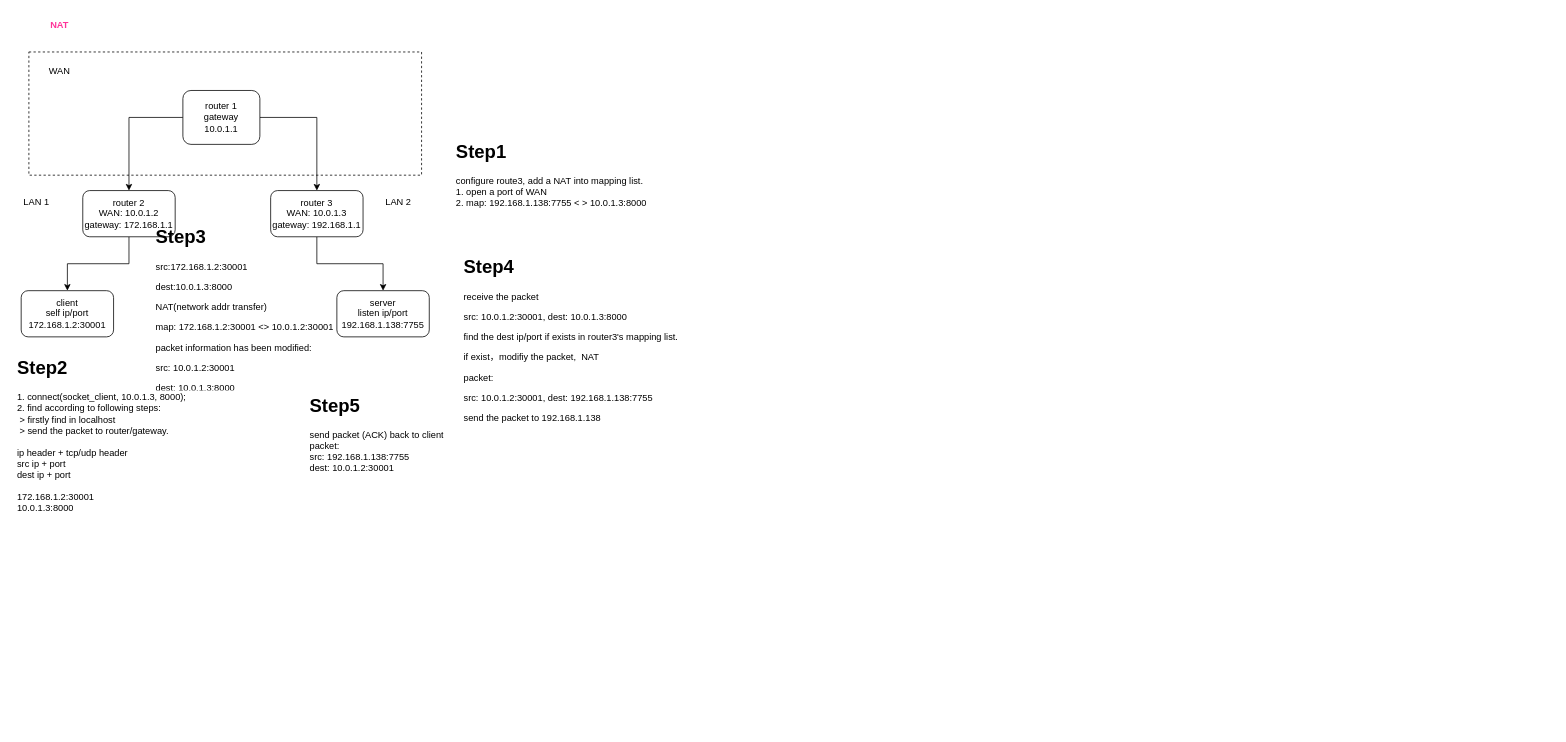
The draw.io diagram Untitled Diagram.drawio in lsclone/StrayBirds, before the edit. Source tidied: cells renumbered, new cells numbered last; positions are measured from the earlier drawing's top-left corner, leaving out a move shared by most shapes. Both pictures are drawn from the tidied source at 77%, with x=0, y=0 at pixel (13, 13).
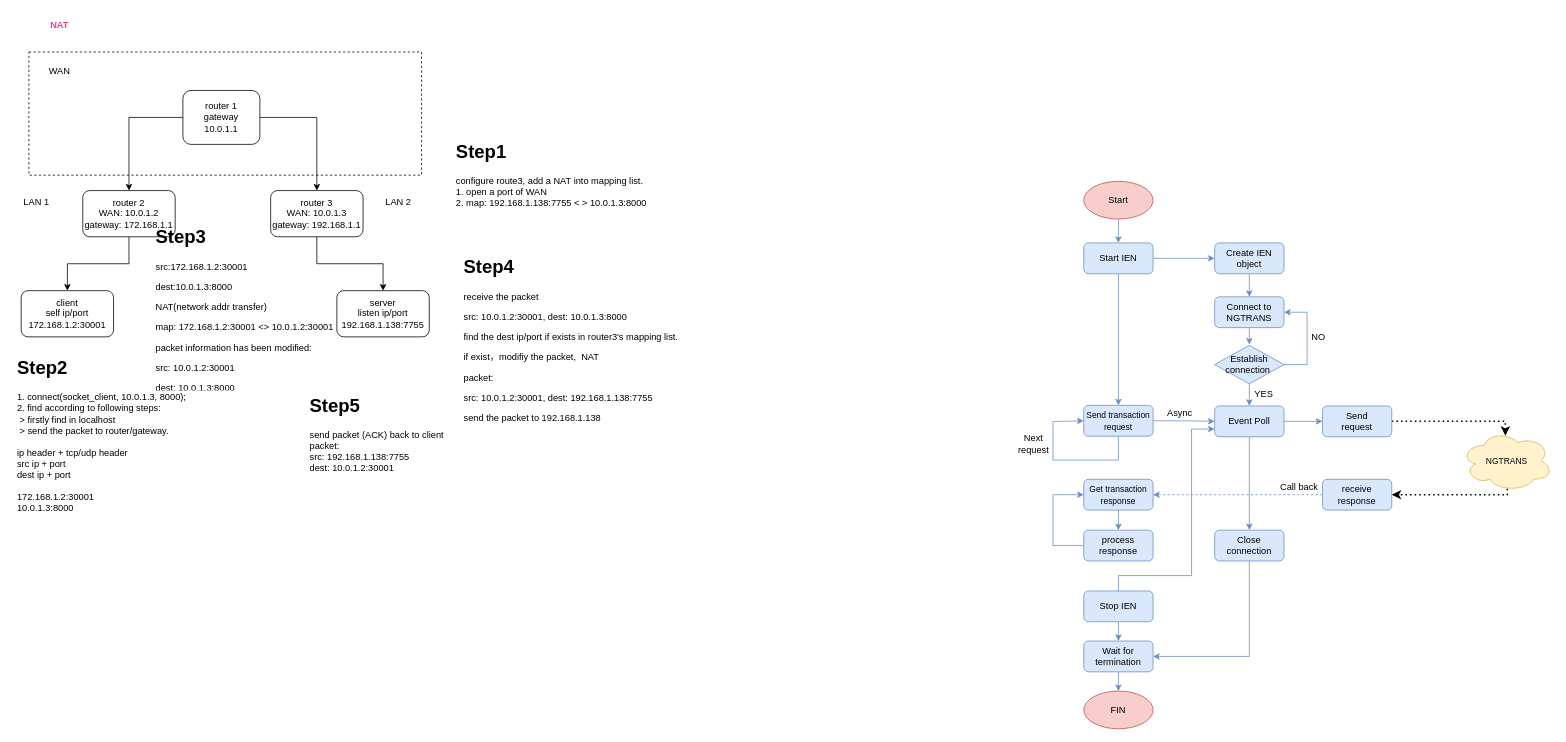
Above is the later version.

What changed in the source:
```diff
@@
+    <mxCell id="21" style="edgeStyle=orthogonalEdgeStyle;rounded=0;jettySize=auto;html=1;exitX=0.5;exitY=1;exitDx=0;exitDy=0;entryX=0.5;entryY=0;entryDx=0;entryDy=0;strokeWidth=1;fontSize=12;fillColor=#dae8fc;strokeColor=#6c8ebf;" parent="1" edge="1" source="22" target="25">
+      <mxGeometry relative="1" as="geometry" />
+    </mxCell>
+    <mxCell id="22" value="Start" style="ellipse;whiteSpace=wrap;html=1;fillColor=#f8cecc;strokeColor=#b85450;" parent="1" vertex="1">
+      <mxGeometry x="1390" y="218" width="90" height="49" as="geometry" />
+    </mxCell>
+    <mxCell id="23" style="edgeStyle=orthogonalEdgeStyle;rounded=0;jettySize=auto;html=1;exitX=0.5;exitY=1;exitDx=0;exitDy=0;entryX=0.5;entryY=0;entryDx=0;entryDy=0;fillColor=#dae8fc;strokeColor=#6c8ebf;" parent="1" edge="1" source="25" target="29">
+      <mxGeometry relative="1" as="geometry" />
+    </mxCell>
+    <mxCell id="24" style="edgeStyle=orthogonalEdgeStyle;rounded=0;jettySize=auto;html=1;exitX=1;exitY=0.5;exitDx=0;exitDy=0;entryX=0;entryY=0.5;entryDx=0;entryDy=0;fontSize=11;fillColor=#dae8fc;strokeColor=#6c8ebf;" parent="1" edge="1" source="25" target="37">
+      <mxGeometry relative="1" as="geometry" />
+    </mxCell>
+    <mxCell id="25" value="Start IEN" style="rounded=1;whiteSpace=wrap;html=1;fillColor=#dae8fc;strokeColor=#6c8ebf;" parent="1" vertex="1">
+      <mxGeometry x="1390" y="298" width="90" height="40" as="geometry" />
+    </mxCell>
+    <mxCell id="26" value="YES" style="text;html=1;strokeColor=none;fillColor=none;align=center;verticalAlign=middle;whiteSpace=wrap;rounded=0;" parent="1" vertex="1">
+      <mxGeometry x="1599" y="484" width="50" height="20" as="geometry" />
+    </mxCell>
+    <mxCell id="27" style="edgeStyle=orthogonalEdgeStyle;rounded=0;orthogonalLoop=1;jettySize=auto;html=1;exitX=0.5;exitY=1;exitDx=0;exitDy=0;fontSize=11;entryX=0;entryY=0.5;entryDx=0;entryDy=0;fillColor=#dae8fc;strokeColor=#6c8ebf;" parent="1" edge="1" source="29" target="29">
+      <mxGeometry relative="1" as="geometry">
+        <Array as="points">
+          <mxPoint x="1435" y="580" />
+          <mxPoint x="1350" y="580" />
+          <mxPoint x="1350" y="530" />
+        </Array>
+      </mxGeometry>
+    </mxCell>
+    <mxCell id="28" style="edgeStyle=orthogonalEdgeStyle;rounded=0;jettySize=auto;html=1;exitX=1;exitY=0.5;exitDx=0;exitDy=0;entryX=0;entryY=0.5;entryDx=0;entryDy=0;fontSize=12;fillColor=#dae8fc;strokeColor=#6c8ebf;" parent="1" edge="1" source="29" target="56">
+      <mxGeometry relative="1" as="geometry" />
+    </mxCell>
+    <mxCell id="29" value="&lt;font style=&quot;font-size: 11px;&quot;&gt;Send transaction request&lt;/font&gt;" style="rounded=1;whiteSpace=wrap;html=1;fillColor=#dae8fc;strokeColor=#6c8ebf;" parent="1" vertex="1">
+      <mxGeometry x="1390" y="509" width="90" height="40" as="geometry" />
+    </mxCell>
+    <mxCell id="30" style="edgeStyle=orthogonalEdgeStyle;rounded=0;jettySize=auto;html=1;exitX=0.5;exitY=1;exitDx=0;exitDy=0;fillColor=#dae8fc;strokeColor=#6c8ebf;" parent="1" edge="1" source="31">
+      <mxGeometry relative="1" as="geometry">
+        <mxPoint x="1605" y="430" as="targetPoint" />
+      </mxGeometry>
+    </mxCell>
+    <mxCell id="31" value="Connect to NGTRANS" style="rounded=1;whiteSpace=wrap;html=1;fillColor=#dae8fc;strokeColor=#6c8ebf;" parent="1" vertex="1">
+      <mxGeometry x="1560" y="368" width="90" height="40" as="geometry" />
+    </mxCell>
+    <mxCell id="32" style="edgeStyle=orthogonalEdgeStyle;rounded=0;jettySize=auto;html=1;exitX=1;exitY=0.5;exitDx=0;exitDy=0;entryX=1;entryY=0.5;entryDx=0;entryDy=0;fontSize=11;fillColor=#dae8fc;strokeColor=#6c8ebf;" parent="1" edge="1" source="34" target="31">
+      <mxGeometry relative="1" as="geometry">
+        <Array as="points">
+          <mxPoint x="1680" y="456" />
+          <mxPoint x="1680" y="388" />
+        </Array>
+      </mxGeometry>
+    </mxCell>
+    <mxCell id="33" style="edgeStyle=orthogonalEdgeStyle;rounded=0;jettySize=auto;html=1;exitX=0.5;exitY=1;exitDx=0;exitDy=0;entryX=0.5;entryY=0;entryDx=0;entryDy=0;fontSize=12;fillColor=#dae8fc;strokeColor=#6c8ebf;" parent="1" edge="1" source="34" target="56">
+      <mxGeometry relative="1" as="geometry" />
+    </mxCell>
+    <mxCell id="34" value="Establish connection&amp;nbsp;" style="rhombus;whiteSpace=wrap;html=1;fillColor=#dae8fc;strokeColor=#6c8ebf;" parent="1" vertex="1">
+      <mxGeometry x="1560" y="431" width="90" height="50" as="geometry" />
+    </mxCell>
+    <mxCell id="35" value="NO" style="text;html=1;strokeColor=none;fillColor=none;align=center;verticalAlign=middle;whiteSpace=wrap;rounded=0;" parent="1" vertex="1">
+      <mxGeometry x="1670" y="411" width="50" height="20" as="geometry" />
+    </mxCell>
+    <mxCell id="36" style="edgeStyle=orthogonalEdgeStyle;rounded=0;jettySize=auto;html=1;exitX=0.5;exitY=1;exitDx=0;exitDy=0;entryX=0.5;entryY=0;entryDx=0;entryDy=0;fontSize=11;fillColor=#dae8fc;strokeColor=#6c8ebf;" parent="1" edge="1" source="37" target="31">
+      <mxGeometry relative="1" as="geometry" />
+    </mxCell>
+    <mxCell id="37" value="Create IEN object" style="rounded=1;whiteSpace=wrap;html=1;fillColor=#dae8fc;strokeColor=#6c8ebf;" parent="1" vertex="1">
+      <mxGeometry x="1560" y="298" width="90" height="40" as="geometry" />
+    </mxCell>
+    <mxCell id="38" style="edgeStyle=orthogonalEdgeStyle;rounded=0;jettySize=auto;html=1;exitX=0.5;exitY=1;exitDx=0;exitDy=0;entryX=0.5;entryY=0;entryDx=0;entryDy=0;fontSize=12;fillColor=#dae8fc;strokeColor=#6c8ebf;" parent="1" edge="1" source="39" target="43">
+      <mxGeometry relative="1" as="geometry" />
+    </mxCell>
+    <mxCell id="39" value="&lt;font style=&quot;font-size: 11px;&quot;&gt;Get transaction response&lt;/font&gt;" style="rounded=1;whiteSpace=wrap;html=1;fillColor=#dae8fc;strokeColor=#6c8ebf;" parent="1" vertex="1">
+      <mxGeometry x="1390" y="605" width="90" height="40" as="geometry" />
+    </mxCell>
+    <mxCell id="40" value="Next request" style="text;html=1;strokeColor=none;fillColor=none;align=center;verticalAlign=middle;whiteSpace=wrap;rounded=0;" parent="1" vertex="1">
+      <mxGeometry x="1300" y="549" width="50" height="20" as="geometry" />
+    </mxCell>
+    <mxCell id="41" value="Async" style="text;html=1;strokeColor=none;fillColor=none;align=center;verticalAlign=middle;whiteSpace=wrap;rounded=0;" parent="1" vertex="1">
+      <mxGeometry x="1490" y="509" width="50" height="20" as="geometry" />
+    </mxCell>
+    <mxCell id="42" style="edgeStyle=orthogonalEdgeStyle;rounded=0;jettySize=auto;html=1;exitX=0;exitY=0.5;exitDx=0;exitDy=0;entryX=0;entryY=0.5;entryDx=0;entryDy=0;fontSize=12;fillColor=#dae8fc;strokeColor=#6c8ebf;" parent="1" edge="1" source="43" target="39">
+      <mxGeometry relative="1" as="geometry">
+        <Array as="points">
+          <mxPoint x="1350" y="691" />
+          <mxPoint x="1350" y="625" />
+        </Array>
+      </mxGeometry>
+    </mxCell>
+    <mxCell id="43" value="&lt;font style=&quot;font-size: 12px;&quot;&gt;process &lt;br&gt;response&lt;/font&gt;" style="rounded=1;whiteSpace=wrap;html=1;fillColor=#dae8fc;strokeColor=#6c8ebf;" parent="1" vertex="1">
+      <mxGeometry x="1390" y="671" width="90" height="40" as="geometry" />
+    </mxCell>
+    <mxCell id="44" value="Call back" style="text;html=1;strokeColor=none;fillColor=none;align=center;verticalAlign=middle;whiteSpace=wrap;rounded=0;" parent="1" vertex="1">
+      <mxGeometry x="1640" y="605" width="60" height="20" as="geometry" />
+    </mxCell>
+    <mxCell id="45" style="edgeStyle=orthogonalEdgeStyle;rounded=0;jettySize=auto;html=1;exitX=0.5;exitY=0;exitDx=0;exitDy=0;entryX=0;entryY=0.75;entryDx=0;entryDy=0;fontSize=12;fillColor=#dae8fc;strokeColor=#6c8ebf;" parent="1" edge="1" source="47" target="56">
+      <mxGeometry relative="1" as="geometry">
+        <Array as="points">
+          <mxPoint x="1435" y="730" />
+          <mxPoint x="1530" y="730" />
+          <mxPoint x="1530" y="540" />
+        </Array>
+      </mxGeometry>
+    </mxCell>
+    <mxCell id="46" style="edgeStyle=orthogonalEdgeStyle;rounded=0;jettySize=auto;html=1;exitX=0.5;exitY=1;exitDx=0;exitDy=0;entryX=0.5;entryY=0;entryDx=0;entryDy=0;strokeWidth=1;fontSize=12;fillColor=#dae8fc;strokeColor=#6c8ebf;" parent="1" edge="1" source="47" target="60">
+      <mxGeometry relative="1" as="geometry" />
+    </mxCell>
+    <mxCell id="47" value="Stop IEN" style="rounded=1;whiteSpace=wrap;html=1;fillColor=#dae8fc;strokeColor=#6c8ebf;" parent="1" vertex="1">
+      <mxGeometry x="1390" y="750" width="90" height="40" as="geometry" />
+    </mxCell>
+    <mxCell id="48" style="edgeStyle=orthogonalEdgeStyle;rounded=0;jettySize=auto;html=1;exitX=1;exitY=0.5;exitDx=0;exitDy=0;fontSize=11;entryX=0.483;entryY=0.088;entryDx=0;entryDy=0;entryPerimeter=0;dashed=1;dashPattern=1 2;strokeWidth=2;" parent="1" edge="1" source="49" target="51">
+      <mxGeometry relative="1" as="geometry">
+        <Array as="points">
+          <mxPoint x="1938" y="530" />
+        </Array>
+      </mxGeometry>
+    </mxCell>
+    <mxCell id="49" value="Send&lt;br&gt;request" style="rounded=1;whiteSpace=wrap;html=1;fillColor=#dae8fc;strokeColor=#6c8ebf;" parent="1" vertex="1">
+      <mxGeometry x="1700" y="509.7" width="90" height="40" as="geometry" />
+    </mxCell>
+    <mxCell id="50" style="edgeStyle=orthogonalEdgeStyle;rounded=0;jettySize=auto;html=1;exitX=0.55;exitY=0.95;exitDx=0;exitDy=0;exitPerimeter=0;entryX=1;entryY=0.5;entryDx=0;entryDy=0;fontSize=11;dashed=1;dashPattern=1 2;strokeWidth=2;" parent="1" edge="1" target="53">
+      <mxGeometry relative="1" as="geometry">
+        <mxPoint x="1945.4" y="604.7" as="sourcePoint" />
+        <Array as="points">
+          <mxPoint x="1940" y="605" />
+          <mxPoint x="1940" y="625" />
+        </Array>
+      </mxGeometry>
+    </mxCell>
+    <mxCell id="51" value="NGTRANS" style="ellipse;shape=cloud;whiteSpace=wrap;html=1;fontSize=11;fillColor=#fff2cc;strokeColor=#d6b656;" parent="1" vertex="1">
+      <mxGeometry x="1880" y="541.3" width="119" height="79.3" as="geometry" />
+    </mxCell>
+    <mxCell id="52" style="edgeStyle=orthogonalEdgeStyle;rounded=0;jettySize=auto;html=1;exitX=0;exitY=0.5;exitDx=0;exitDy=0;entryX=1;entryY=0.5;entryDx=0;entryDy=0;fontSize=12;dashed=1;fillColor=#dae8fc;strokeColor=#6c8ebf;" parent="1" edge="1" source="53" target="39">
+      <mxGeometry relative="1" as="geometry" />
+    </mxCell>
+    <mxCell id="53" value="receive response" style="rounded=1;whiteSpace=wrap;html=1;fillColor=#dae8fc;strokeColor=#6c8ebf;" parent="1" vertex="1">
+      <mxGeometry x="1700" y="605" width="90" height="40" as="geometry" />
+    </mxCell>
+    <mxCell id="54" style="edgeStyle=orthogonalEdgeStyle;rounded=0;jettySize=auto;html=1;exitX=1;exitY=0.5;exitDx=0;exitDy=0;entryX=0;entryY=0.5;entryDx=0;entryDy=0;fontSize=12;fillColor=#dae8fc;strokeColor=#6c8ebf;" parent="1" edge="1" source="56" target="49">
+      <mxGeometry relative="1" as="geometry" />
+    </mxCell>
+    <mxCell id="55" style="edgeStyle=orthogonalEdgeStyle;rounded=0;jettySize=auto;html=1;exitX=0.5;exitY=1;exitDx=0;exitDy=0;entryX=0.5;entryY=0;entryDx=0;entryDy=0;fontSize=12;fillColor=#dae8fc;strokeColor=#6c8ebf;" parent="1" edge="1" source="56" target="58">
+      <mxGeometry relative="1" as="geometry" />
+    </mxCell>
+    <mxCell id="56" value="Event Poll" style="rounded=1;whiteSpace=wrap;html=1;fillColor=#dae8fc;strokeColor=#6c8ebf;" parent="1" vertex="1">
+      <mxGeometry x="1560" y="509.7" width="90" height="40" as="geometry" />
+    </mxCell>
+    <mxCell id="57" style="edgeStyle=orthogonalEdgeStyle;rounded=0;jettySize=auto;html=1;exitX=0.5;exitY=1;exitDx=0;exitDy=0;entryX=1;entryY=0.5;entryDx=0;entryDy=0;fontSize=12;fillColor=#dae8fc;strokeColor=#6c8ebf;" parent="1" edge="1" source="58" target="60">
+      <mxGeometry relative="1" as="geometry" />
+    </mxCell>
+    <mxCell id="58" value="Close&lt;br&gt;connection" style="rounded=1;whiteSpace=wrap;html=1;fillColor=#dae8fc;strokeColor=#6c8ebf;" parent="1" vertex="1">
+      <mxGeometry x="1560" y="671" width="90" height="40" as="geometry" />
+    </mxCell>
+    <mxCell id="59" style="edgeStyle=orthogonalEdgeStyle;rounded=0;jettySize=auto;html=1;exitX=0.5;exitY=1;exitDx=0;exitDy=0;entryX=0.5;entryY=0;entryDx=0;entryDy=0;fontSize=12;fillColor=#dae8fc;strokeColor=#6c8ebf;" parent="1" edge="1" source="60" target="61">
+      <mxGeometry relative="1" as="geometry" />
+    </mxCell>
+    <mxCell id="60" value="Wait for termination" style="rounded=1;whiteSpace=wrap;html=1;fillColor=#dae8fc;strokeColor=#6c8ebf;" parent="1" vertex="1">
+      <mxGeometry x="1390" y="815" width="90" height="40" as="geometry" />
+    </mxCell>
+    <mxCell id="61" value="FIN" style="ellipse;whiteSpace=wrap;html=1;fillColor=#f8cecc;strokeColor=#b85450;" parent="1" vertex="1">
+      <mxGeometry x="1390" y="880" width="90" height="49" as="geometry" />
+    </mxCell>
```
